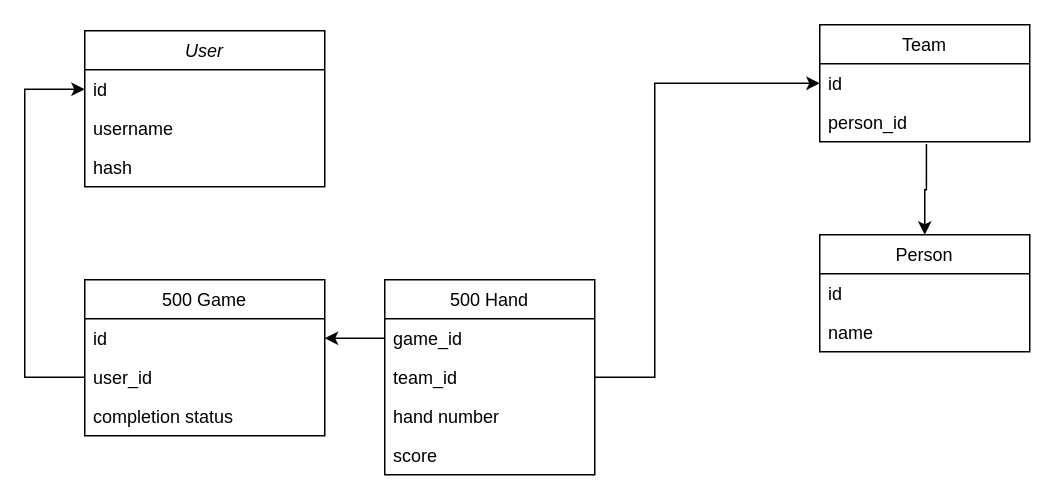
danrkeith/scorecard keeps this draw.io diagram as ScoreCard.drawio. Above is the earlier version. Source tidied: cells renumbered, new cells numbered last; positions are measured from the earlier drawing's top-left corner, leaving out a move shared by most shapes. Both pictures are drawn from the tidied source at 150%, with x=0, y=0 at pixel (24, 24).
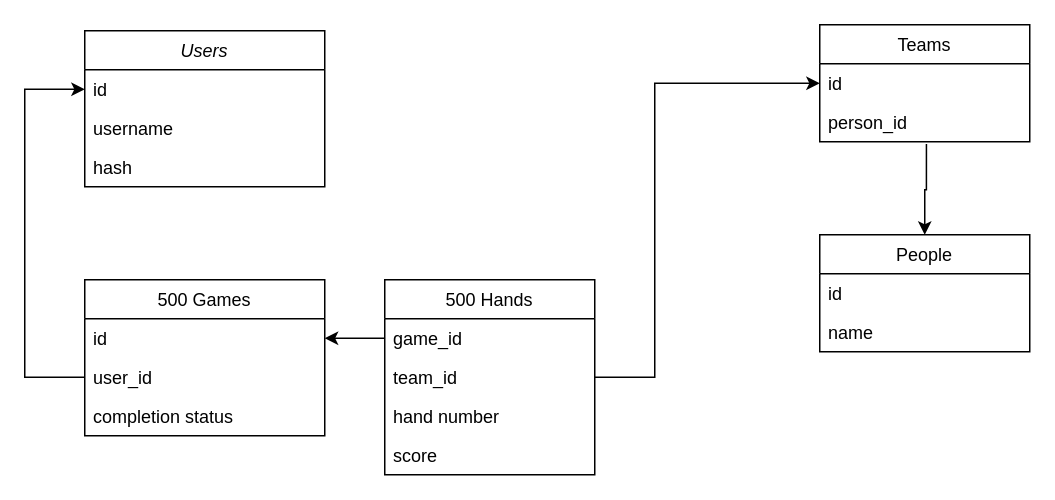
After the change.

What changed in the source:
```diff
@@
-    <mxCell id="2" value="User" style="swimlane;fontStyle=2;align=center;verticalAlign=top;horizontal=1;startSize=26;rounded=0;shadow=0;strokeWidth=1;" parent="1" vertex="1">
+    <mxCell id="2" value="Users" style="swimlane;fontStyle=2;align=center;verticalAlign=top;horizontal=1;startSize=26;rounded=0;shadow=0;strokeWidth=1;" parent="1" vertex="1">
       <mxGeometry x="40" y="4" width="160" height="104" as="geometry" />
     </mxCell>
@@
-    <mxCell id="6" value="500 Game" style="swimlane;fontStyle=0;align=center;verticalAlign=top;horizontal=1;startSize=26;rounded=0;shadow=0;strokeWidth=1;" parent="1" vertex="1">
+    <mxCell id="6" value="500 Games" style="swimlane;fontStyle=0;align=center;verticalAlign=top;horizontal=1;startSize=26;rounded=0;shadow=0;strokeWidth=1;" parent="1" vertex="1">
       <mxGeometry x="40" y="170" width="160" height="104" as="geometry" />
     </mxCell>
@@
-    <mxCell id="10" value="Team" style="swimlane;fontStyle=0;horizontal=1;startSize=26;" parent="1" vertex="1">
+    <mxCell id="10" value="Teams" style="swimlane;fontStyle=0;horizontal=1;startSize=26;" parent="1" vertex="1">
       <mxGeometry x="530" width="140" height="78" as="geometry" />
     </mxCell>
@@
-    <mxCell id="13" value="Person" style="swimlane;fontStyle=0;horizontal=1;startSize=26;" parent="1" vertex="1">
+    <mxCell id="13" value="People" style="swimlane;fontStyle=0;horizontal=1;startSize=26;" parent="1" vertex="1">
       <mxGeometry x="530" y="140" width="140" height="78" as="geometry" />
     </mxCell>
@@
-    <mxCell id="17" value="500 Hand" style="swimlane;fontStyle=0;horizontal=1;startSize=26;" parent="1" vertex="1">
+    <mxCell id="17" value="500 Hands" style="swimlane;fontStyle=0;horizontal=1;startSize=26;" parent="1" vertex="1">
       <mxGeometry x="240" y="170" width="140" height="130" as="geometry" />
     </mxCell>
```
